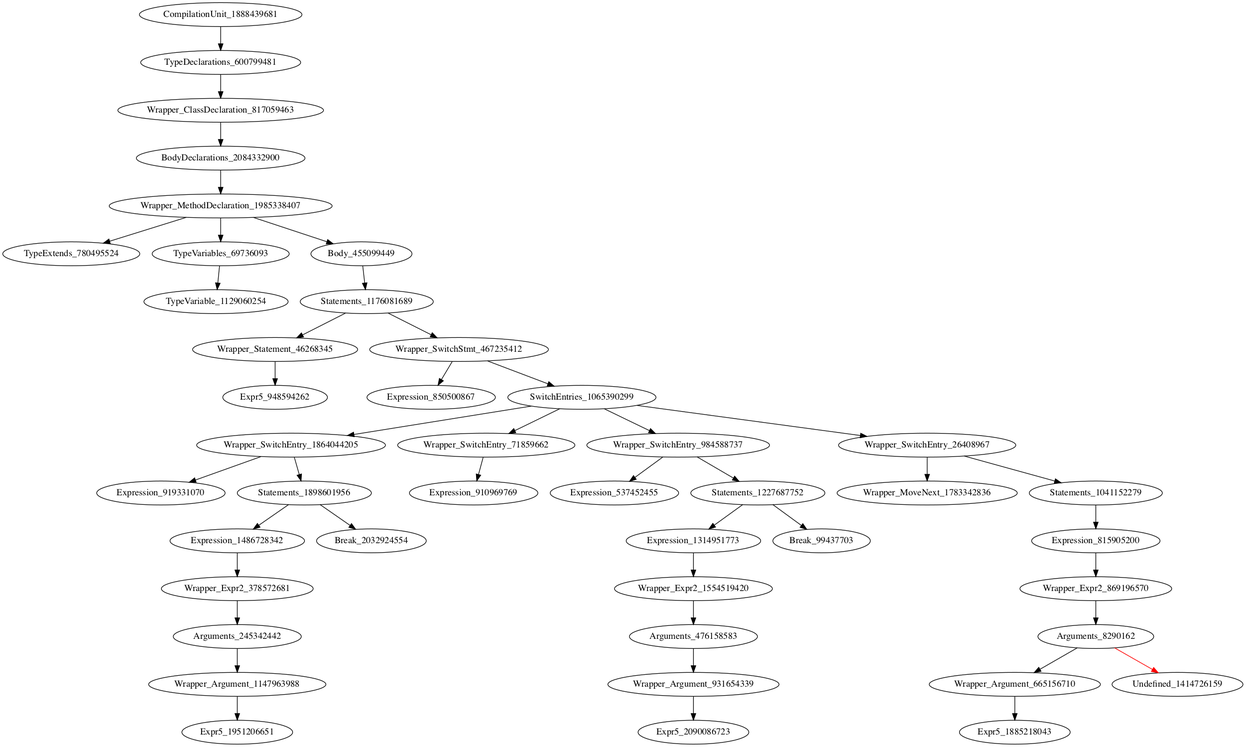
Above: holeAST.png in icse2023material/VoiceJava (Graphviz), before the change. Its source is kept beside it as holeAST.dot.
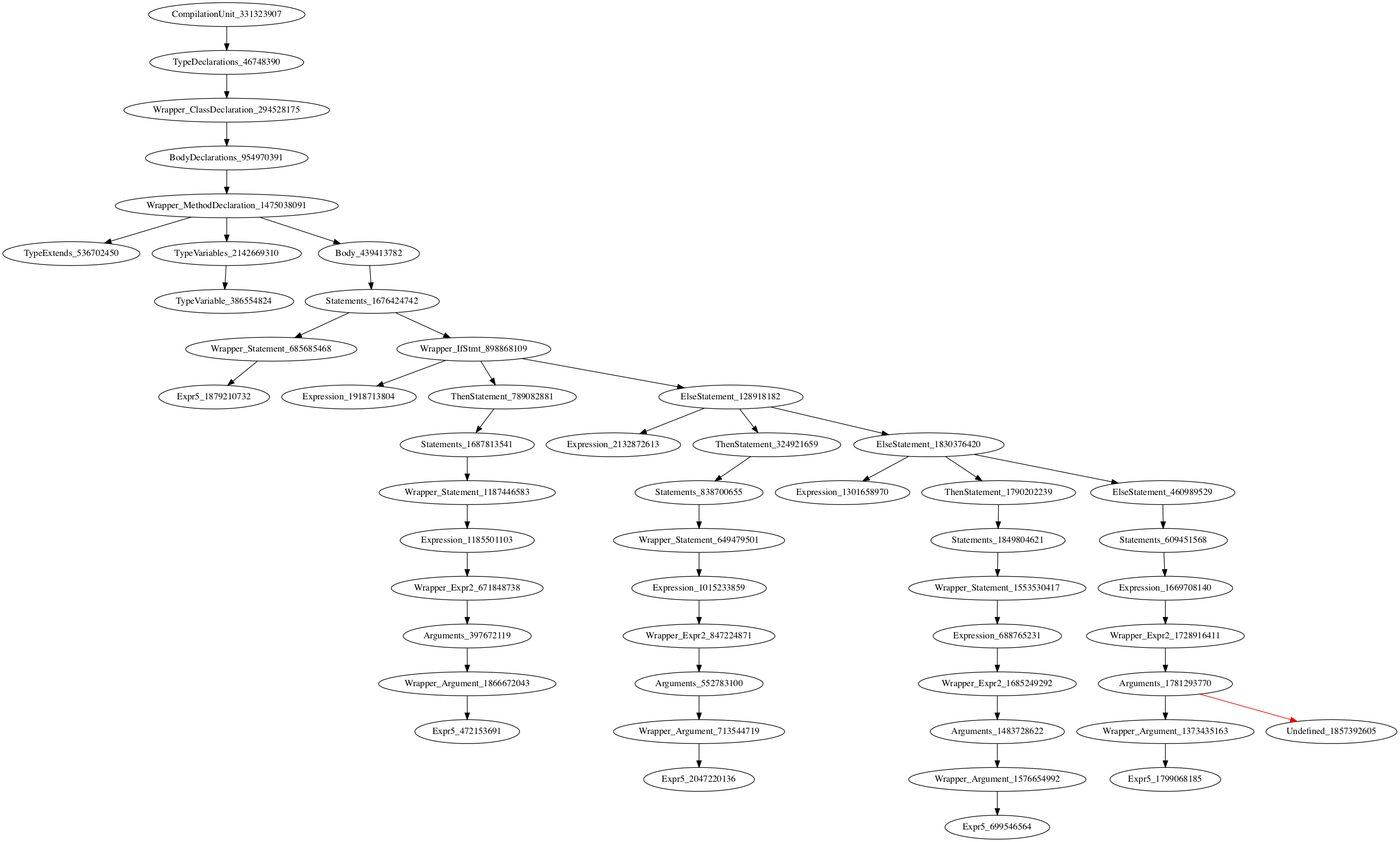
After the change.

Diff of the diagram source:
```diff
@@ -1,45 +1,51 @@
 digraph {
-CompilationUnit_1888439681 -> TypeDeclarations_600799481
-TypeDeclarations_600799481 -> Wrapper_ClassDeclaration_817059463
-Wrapper_ClassDeclaration_817059463 -> BodyDeclarations_2084332900
-BodyDeclarations_2084332900 -> Wrapper_MethodDeclaration_1985338407
-Wrapper_MethodDeclaration_1985338407 -> TypeExtends_780495524
-Wrapper_MethodDeclaration_1985338407 -> TypeVariables_69736093
-Wrapper_MethodDeclaration_1985338407 -> Body_455099449
-TypeVariables_69736093 -> TypeVariable_1129060254
-Body_455099449 -> Statements_1176081689
-Statements_1176081689 -> Wrapper_Statement_46268345
-Statements_1176081689 -> Wrapper_SwitchStmt_467235412
-Wrapper_Statement_46268345 -> Expr5_948594262
-Wrapper_SwitchStmt_467235412 -> Expression_850500867
-Wrapper_SwitchStmt_467235412 -> SwitchEntries_1065390299
-SwitchEntries_1065390299 -> Wrapper_SwitchEntry_1864044205
-SwitchEntries_1065390299 -> Wrapper_SwitchEntry_71859662
-SwitchEntries_1065390299 -> Wrapper_SwitchEntry_984588737
-SwitchEntries_1065390299 -> Wrapper_SwitchEntry_26408967
-Wrapper_SwitchEntry_1864044205 -> Expression_919331070
-Wrapper_SwitchEntry_1864044205 -> Statements_1898601956
-Wrapper_SwitchEntry_71859662 -> Expression_910969769
-Wrapper_SwitchEntry_984588737 -> Expression_537452455
-Wrapper_SwitchEntry_984588737 -> Statements_1227687752
-Wrapper_SwitchEntry_26408967 -> Wrapper_MoveNext_1783342836
-Wrapper_SwitchEntry_26408967 -> Statements_1041152279
-Statements_1898601956 -> Expression_1486728342
-Statements_1898601956 -> Break_2032924554
-Statements_1227687752 -> Expression_1314951773
-Statements_1227687752 -> Break_99437703
-Statements_1041152279 -> Expression_815905200
-Expression_1486728342 -> Wrapper_Expr2_378572681
-Expression_1314951773 -> Wrapper_Expr2_1554519420
-Expression_815905200 -> Wrapper_Expr2_869196570
-Wrapper_Expr2_378572681 -> Arguments_245342442
-Wrapper_Expr2_1554519420 -> Arguments_476158583
-Wrapper_Expr2_869196570 -> Arguments_8290162
-Arguments_245342442 -> Wrapper_Argument_1147963988
-Arguments_476158583 -> Wrapper_Argument_931654339
-Arguments_8290162 -> Wrapper_Argument_665156710
-Arguments_8290162 -> Undefined_1414726159 [color = red]
-Wrapper_Argument_1147963988 -> Expr5_1951206651
-Wrapper_Argument_931654339 -> Expr5_2090086723
-Wrapper_Argument_665156710 -> Expr5_1885218043
+CompilationUnit_331323907 -> TypeDeclarations_46748390
+TypeDeclarations_46748390 -> Wrapper_ClassDeclaration_294528175
+Wrapper_ClassDeclaration_294528175 -> BodyDeclarations_954970391
+BodyDeclarations_954970391 -> Wrapper_MethodDeclaration_1475038091
+Wrapper_MethodDeclaration_1475038091 -> TypeExtends_536702450
+Wrapper_MethodDeclaration_1475038091 -> TypeVariables_2142669310
+Wrapper_MethodDeclaration_1475038091 -> Body_439413782
+TypeVariables_2142669310 -> TypeVariable_386554824
+Body_439413782 -> Statements_1676424742
+Statements_1676424742 -> Wrapper_Statement_685685468
+Statements_1676424742 -> Wrapper_IfStmt_898868109
+Wrapper_Statement_685685468 -> Expr5_1879210732
+Wrapper_IfStmt_898868109 -> Expression_1918713804
+Wrapper_IfStmt_898868109 -> ThenStatement_789082881
+Wrapper_IfStmt_898868109 -> ElseStatement_128918182
+ThenStatement_789082881 -> Statements_1687813541
+ElseStatement_128918182 -> Expression_2132872613
+ElseStatement_128918182 -> ThenStatement_324921659
+ElseStatement_128918182 -> ElseStatement_1830376420
+Statements_1687813541 -> Wrapper_Statement_1187446583
+ThenStatement_324921659 -> Statements_838700655
+ElseStatement_1830376420 -> Expression_1301658970
+ElseStatement_1830376420 -> ThenStatement_1790202239
+ElseStatement_1830376420 -> ElseStatement_460989529
+Wrapper_Statement_1187446583 -> Expression_1185501103
+Statements_838700655 -> Wrapper_Statement_649479501
+ThenStatement_1790202239 -> Statements_1849804621
+ElseStatement_460989529 -> Statements_609451568
+Expression_1185501103 -> Wrapper_Expr2_671848738
+Wrapper_Statement_649479501 -> Expression_1015233859
+Statements_1849804621 -> Wrapper_Statement_1553530417
+Statements_609451568 -> Expression_1669708140
+Wrapper_Expr2_671848738 -> Arguments_397672119
+Expression_1015233859 -> Wrapper_Expr2_847224871
+Wrapper_Statement_1553530417 -> Expression_688765231
+Expression_1669708140 -> Wrapper_Expr2_1728916411
+Arguments_397672119 -> Wrapper_Argument_1866672043
+Wrapper_Expr2_847224871 -> Arguments_552783100
+Expression_688765231 -> Wrapper_Expr2_1685249292
+Wrapper_Expr2_1728916411 -> Arguments_1781293770
+Wrapper_Argument_1866672043 -> Expr5_472153691
+Arguments_552783100 -> Wrapper_Argument_713544719
+Wrapper_Expr2_1685249292 -> Arguments_1483728622
+Arguments_1781293770 -> Wrapper_Argument_1373435163
+Arguments_1781293770 -> Undefined_1857392605 [color = red]
+Wrapper_Argument_713544719 -> Expr5_2047220136
+Arguments_1483728622 -> Wrapper_Argument_1576654992
+Wrapper_Argument_1373435163 -> Expr5_1799068185
+Wrapper_Argument_1576654992 -> Expr5_699546564
 }
```
